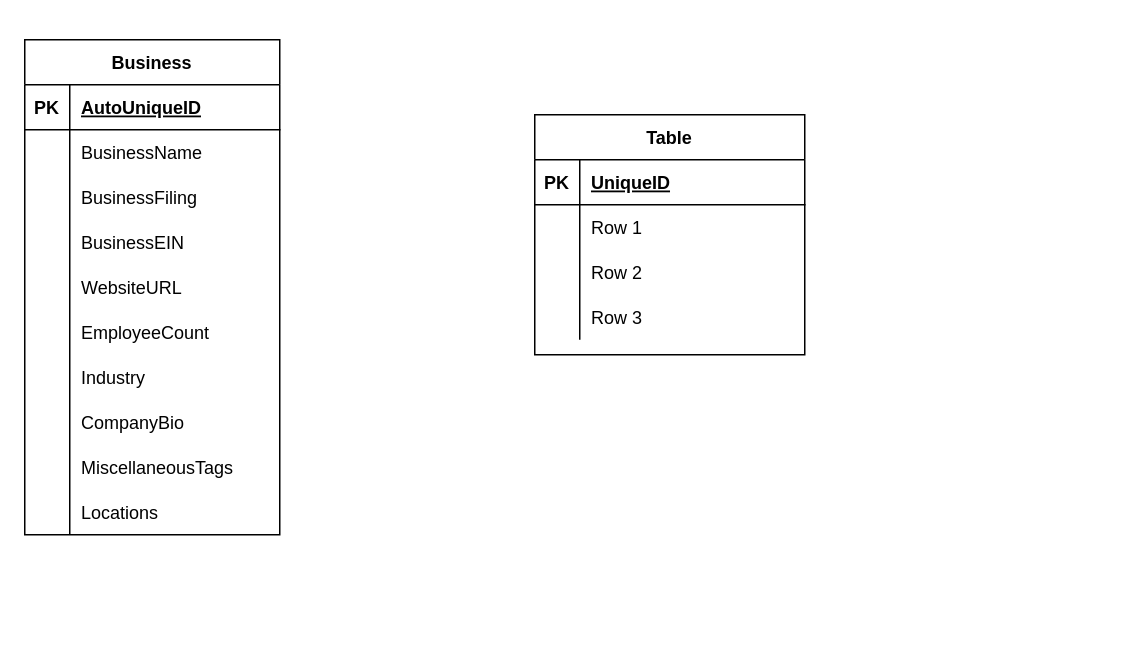
Above: databasedesign/Database ER Design.drawio in grantposell/b2bproject (draw.io), before the change. Source tidied: cells renumbered, new cells numbered last; positions are measured from the earlier drawing's top-left corner, leaving out a move shared by most shapes. Both pictures are drawn from the tidied source at 150%, with x=0, y=0 at pixel (24, 39).
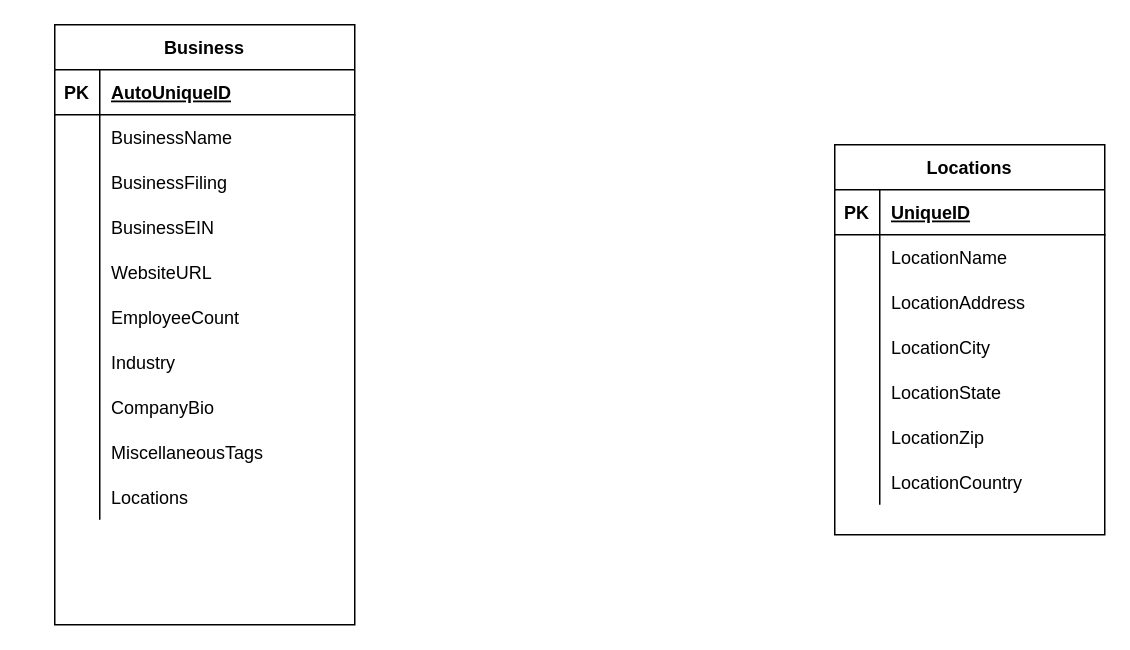
After the change.

The edit, as a diff of the source:
```diff
@@
-    <mxCell id="2" value="Table" style="shape=table;startSize=30;childLayout=tableLayout;rowLines=0;fontStyle=1;align=center;" parent="1" vertex="1">
-      <mxGeometry x="340" y="50" width="180" height="160" as="geometry" />
-    </mxCell>
-    <mxCell id="3" style="shape=partialRectangle;fillColor=none;top=0;left=0;bottom=1;right=0;" parent="2" vertex="1">
-      <mxGeometry y="30" width="180" height="30" as="geometry" />
-    </mxCell>
-    <mxCell id="4" value="PK" style="shape=partialRectangle;fillColor=none;top=0;left=0;bottom=0;right=0;fontStyle=1;overflow=hidden;" parent="3" vertex="1">
-      <mxGeometry width="30" height="30" as="geometry" />
-    </mxCell>
-    <mxCell id="5" value="UniqueID" style="shape=partialRectangle;fillColor=none;top=0;left=0;bottom=0;right=0;align=left;spacingLeft=6;fontStyle=5;overflow=hidden;" parent="3" vertex="1">
-      <mxGeometry x="30" width="150" height="30" as="geometry" />
-    </mxCell>
-    <mxCell id="6" style="shape=partialRectangle;fillColor=none;top=0;left=0;bottom=0;right=0;" parent="2" vertex="1">
-      <mxGeometry y="60" width="180" height="30" as="geometry" />
-    </mxCell>
-    <mxCell id="7" style="shape=partialRectangle;fillColor=none;top=0;left=0;bottom=0;right=0;overflow=hidden;" parent="6" vertex="1">
-      <mxGeometry width="30" height="30" as="geometry" />
-    </mxCell>
-    <mxCell id="8" value="Row 1" style="shape=partialRectangle;fillColor=none;top=0;left=0;bottom=0;right=0;align=left;spacingLeft=6;overflow=hidden;" parent="6" vertex="1">
-      <mxGeometry x="30" width="150" height="30" as="geometry" />
-    </mxCell>
-    <mxCell id="9" style="shape=partialRectangle;fillColor=none;top=0;left=0;bottom=0;right=0;" parent="2" vertex="1">
-      <mxGeometry y="90" width="180" height="30" as="geometry" />
-    </mxCell>
-    <mxCell id="10" style="shape=partialRectangle;fillColor=none;top=0;left=0;bottom=0;right=0;overflow=hidden;" parent="9" vertex="1">
-      <mxGeometry width="30" height="30" as="geometry" />
-    </mxCell>
-    <mxCell id="11" value="Row 2" style="shape=partialRectangle;fillColor=none;top=0;left=0;bottom=0;right=0;align=left;spacingLeft=6;overflow=hidden;" parent="9" vertex="1">
-      <mxGeometry x="30" width="150" height="30" as="geometry" />
-    </mxCell>
-    <mxCell id="12" style="shape=partialRectangle;fillColor=none;top=0;left=0;bottom=0;right=0;" parent="2" vertex="1">
-      <mxGeometry y="120" width="180" height="30" as="geometry" />
-    </mxCell>
-    <mxCell id="13" style="shape=partialRectangle;fillColor=none;top=0;left=0;bottom=0;right=0;overflow=hidden;" parent="12" vertex="1">
-      <mxGeometry width="30" height="30" as="geometry" />
-    </mxCell>
-    <mxCell id="14" value="Row 3" style="shape=partialRectangle;fillColor=none;top=0;left=0;bottom=0;right=0;align=left;spacingLeft=6;overflow=hidden;" parent="12" vertex="1">
-      <mxGeometry x="30" width="150" height="30" as="geometry" />
-    </mxCell>
     <mxCell id="15" value="Business" style="shape=table;startSize=30;childLayout=tableLayout;rowLines=0;fontStyle=1;align=center;" parent="1" vertex="1">
-      <mxGeometry width="170" height="330" as="geometry" />
+      <mxGeometry x="20" y="-10" width="200" height="400" as="geometry" />
     </mxCell>
     <mxCell id="16" style="shape=partialRectangle;fillColor=none;top=0;left=0;bottom=1;right=0;" parent="15" vertex="1">
-      <mxGeometry y="30" width="170" height="30" as="geometry" />
+      <mxGeometry y="30" width="200" height="30" as="geometry" />
     </mxCell>
@@
     <mxCell id="18" value="AutoUniqueID" style="shape=partialRectangle;fillColor=none;top=0;left=0;bottom=0;right=0;align=left;spacingLeft=6;fontStyle=5;overflow=hidden;" parent="16" vertex="1">
-      <mxGeometry x="30" width="140" height="30" as="geometry" />
+      <mxGeometry x="30" width="170" height="30" as="geometry" />
     </mxCell>
     <mxCell id="19" style="shape=partialRectangle;fillColor=none;top=0;left=0;bottom=0;right=0;" parent="15" vertex="1">
-      <mxGeometry y="60" width="170" height="30" as="geometry" />
+      <mxGeometry y="60" width="200" height="30" as="geometry" />
     </mxCell>
@@
     <mxCell id="21" value="BusinessName" style="shape=partialRectangle;fillColor=none;top=0;left=0;bottom=0;right=0;align=left;spacingLeft=6;overflow=hidden;" parent="19" vertex="1">
-      <mxGeometry x="30" width="140" height="30" as="geometry" />
+      <mxGeometry x="30" width="170" height="30" as="geometry" />
     </mxCell>
     <mxCell id="22" style="shape=partialRectangle;fillColor=none;top=0;left=0;bottom=0;right=0;" parent="15" vertex="1">
-      <mxGeometry y="90" width="170" height="30" as="geometry" />
+      <mxGeometry y="90" width="200" height="30" as="geometry" />
     </mxCell>
@@
     <mxCell id="24" value="BusinessFiling" style="shape=partialRectangle;fillColor=none;top=0;left=0;bottom=0;right=0;align=left;spacingLeft=6;overflow=hidden;" parent="22" vertex="1">
-      <mxGeometry x="30" width="140" height="30" as="geometry" />
+      <mxGeometry x="30" width="170" height="30" as="geometry" />
     </mxCell>
     <mxCell id="25" style="shape=partialRectangle;fillColor=none;top=0;left=0;bottom=0;right=0;" parent="15" vertex="1">
-      <mxGeometry y="120" width="170" height="30" as="geometry" />
+      <mxGeometry y="120" width="200" height="30" as="geometry" />
     </mxCell>
@@
     <mxCell id="27" value="BusinessEIN" style="shape=partialRectangle;fillColor=none;top=0;left=0;bottom=0;right=0;align=left;spacingLeft=6;overflow=hidden;" parent="25" vertex="1">
-      <mxGeometry x="30" width="140" height="30" as="geometry" />
+      <mxGeometry x="30" width="170" height="30" as="geometry" />
     </mxCell>
     <mxCell id="28" style="shape=partialRectangle;fillColor=none;top=0;left=0;bottom=0;right=0;" parent="15" vertex="1">
-      <mxGeometry y="150" width="170" height="30" as="geometry" />
+      <mxGeometry y="150" width="200" height="30" as="geometry" />
     </mxCell>
@@
     <mxCell id="30" value="WebsiteURL" style="shape=partialRectangle;fillColor=none;top=0;left=0;bottom=0;right=0;align=left;spacingLeft=6;overflow=hidden;" parent="28" vertex="1">
-      <mxGeometry x="30" width="140" height="30" as="geometry" />
+      <mxGeometry x="30" width="170" height="30" as="geometry" />
     </mxCell>
     <mxCell id="31" style="shape=partialRectangle;fillColor=none;top=0;left=0;bottom=0;right=0;" parent="15" vertex="1">
-      <mxGeometry y="180" width="170" height="30" as="geometry" />
+      <mxGeometry y="180" width="200" height="30" as="geometry" />
     </mxCell>
@@
     <mxCell id="33" value="EmployeeCount" style="shape=partialRectangle;fillColor=none;top=0;left=0;bottom=0;right=0;align=left;spacingLeft=6;overflow=hidden;" parent="31" vertex="1">
-      <mxGeometry x="30" width="140" height="30" as="geometry" />
+      <mxGeometry x="30" width="170" height="30" as="geometry" />
     </mxCell>
     <mxCell id="34" style="shape=partialRectangle;fillColor=none;top=0;left=0;bottom=0;right=0;" parent="15" vertex="1">
-      <mxGeometry y="210" width="170" height="30" as="geometry" />
+      <mxGeometry y="210" width="200" height="30" as="geometry" />
     </mxCell>
@@
     <mxCell id="36" value="Industry" style="shape=partialRectangle;fillColor=none;top=0;left=0;bottom=0;right=0;align=left;spacingLeft=6;overflow=hidden;" parent="34" vertex="1">
-      <mxGeometry x="30" width="140" height="30" as="geometry" />
+      <mxGeometry x="30" width="170" height="30" as="geometry" />
     </mxCell>
     <mxCell id="37" style="shape=partialRectangle;fillColor=none;top=0;left=0;bottom=0;right=0;" parent="15" vertex="1">
-      <mxGeometry y="240" width="170" height="30" as="geometry" />
+      <mxGeometry y="240" width="200" height="30" as="geometry" />
     </mxCell>
@@
     <mxCell id="39" value="CompanyBio" style="shape=partialRectangle;fillColor=none;top=0;left=0;bottom=0;right=0;align=left;spacingLeft=6;overflow=hidden;" parent="37" vertex="1">
-      <mxGeometry x="30" width="140" height="30" as="geometry" />
+      <mxGeometry x="30" width="170" height="30" as="geometry" />
     </mxCell>
     <mxCell id="40" style="shape=partialRectangle;fillColor=none;top=0;left=0;bottom=0;right=0;" parent="15" vertex="1">
-      <mxGeometry y="270" width="170" height="30" as="geometry" />
+      <mxGeometry y="270" width="200" height="30" as="geometry" />
     </mxCell>
@@
     <mxCell id="42" value="MiscellaneousTags" style="shape=partialRectangle;fillColor=none;top=0;left=0;bottom=0;right=0;align=left;spacingLeft=6;overflow=hidden;" parent="40" vertex="1">
-      <mxGeometry x="30" width="140" height="30" as="geometry" />
+      <mxGeometry x="30" width="170" height="30" as="geometry" />
     </mxCell>
     <mxCell id="43" style="shape=partialRectangle;fillColor=none;top=0;left=0;bottom=0;right=0;" parent="15" vertex="1">
-      <mxGeometry y="300" width="170" height="30" as="geometry" />
+      <mxGeometry y="300" width="200" height="30" as="geometry" />
     </mxCell>
@@
     <mxCell id="45" value="Locations" style="shape=partialRectangle;fillColor=none;top=0;left=0;bottom=0;right=0;align=left;spacingLeft=6;overflow=hidden;" parent="43" vertex="1">
-      <mxGeometry x="30" width="140" height="30" as="geometry" />
+      <mxGeometry x="30" width="170" height="30" as="geometry" />
     </mxCell>
+    <mxCell id="2" value="Locations" style="shape=table;startSize=30;childLayout=tableLayout;rowLines=0;fontStyle=1;align=center;" parent="1" vertex="1">
+      <mxGeometry x="540" y="70" width="180" height="260" as="geometry" />
+    </mxCell>
+    <mxCell id="3" style="shape=partialRectangle;fillColor=none;top=0;left=0;bottom=1;right=0;" parent="2" vertex="1">
+      <mxGeometry y="30" width="180" height="30" as="geometry" />
+    </mxCell>
+    <mxCell id="4" value="PK" style="shape=partialRectangle;fillColor=none;top=0;left=0;bottom=0;right=0;fontStyle=1;overflow=hidden;" parent="3" vertex="1">
+      <mxGeometry width="30" height="30" as="geometry" />
+    </mxCell>
+    <mxCell id="5" value="UniqueID" style="shape=partialRectangle;fillColor=none;top=0;left=0;bottom=0;right=0;align=left;spacingLeft=6;fontStyle=5;overflow=hidden;" parent="3" vertex="1">
+      <mxGeometry x="30" width="150" height="30" as="geometry" />
+    </mxCell>
+    <mxCell id="6" style="shape=partialRectangle;fillColor=none;top=0;left=0;bottom=0;right=0;" parent="2" vertex="1">
+      <mxGeometry y="60" width="180" height="30" as="geometry" />
+    </mxCell>
+    <mxCell id="7" style="shape=partialRectangle;fillColor=none;top=0;left=0;bottom=0;right=0;overflow=hidden;" parent="6" vertex="1">
+      <mxGeometry width="30" height="30" as="geometry" />
+    </mxCell>
+    <mxCell id="8" value="LocationName" style="shape=partialRectangle;fillColor=none;top=0;left=0;bottom=0;right=0;align=left;spacingLeft=6;overflow=hidden;" parent="6" vertex="1">
+      <mxGeometry x="30" width="150" height="30" as="geometry" />
+    </mxCell>
+    <mxCell id="9" style="shape=partialRectangle;fillColor=none;top=0;left=0;bottom=0;right=0;" parent="2" vertex="1">
+      <mxGeometry y="90" width="180" height="30" as="geometry" />
+    </mxCell>
+    <mxCell id="10" style="shape=partialRectangle;fillColor=none;top=0;left=0;bottom=0;right=0;overflow=hidden;" parent="9" vertex="1">
+      <mxGeometry width="30" height="30" as="geometry" />
+    </mxCell>
+    <mxCell id="11" value="LocationAddress" style="shape=partialRectangle;fillColor=none;top=0;left=0;bottom=0;right=0;align=left;spacingLeft=6;overflow=hidden;" parent="9" vertex="1">
+      <mxGeometry x="30" width="150" height="30" as="geometry" />
+    </mxCell>
+    <mxCell id="12" style="shape=partialRectangle;fillColor=none;top=0;left=0;bottom=0;right=0;" parent="2" vertex="1">
+      <mxGeometry y="120" width="180" height="30" as="geometry" />
+    </mxCell>
+    <mxCell id="13" style="shape=partialRectangle;fillColor=none;top=0;left=0;bottom=0;right=0;overflow=hidden;" parent="12" vertex="1">
+      <mxGeometry width="30" height="30" as="geometry" />
+    </mxCell>
+    <mxCell id="14" value="LocationCity" style="shape=partialRectangle;fillColor=none;top=0;left=0;bottom=0;right=0;align=left;spacingLeft=6;overflow=hidden;" parent="12" vertex="1">
+      <mxGeometry x="30" width="150" height="30" as="geometry" />
+    </mxCell>
+    <mxCell id="46" style="shape=partialRectangle;fillColor=none;top=0;left=0;bottom=0;right=0;" parent="2" vertex="1">
+      <mxGeometry y="150" width="180" height="30" as="geometry" />
+    </mxCell>
+    <mxCell id="47" style="shape=partialRectangle;fillColor=none;top=0;left=0;bottom=0;right=0;overflow=hidden;" parent="46" vertex="1">
+      <mxGeometry width="30" height="30" as="geometry" />
+    </mxCell>
+    <mxCell id="48" value="LocationState" style="shape=partialRectangle;fillColor=none;top=0;left=0;bottom=0;right=0;align=left;spacingLeft=6;overflow=hidden;" parent="46" vertex="1">
+      <mxGeometry x="30" width="150" height="30" as="geometry" />
+    </mxCell>
+    <mxCell id="49" style="shape=partialRectangle;fillColor=none;top=0;left=0;bottom=0;right=0;" parent="2" vertex="1">
+      <mxGeometry y="180" width="180" height="30" as="geometry" />
+    </mxCell>
+    <mxCell id="50" style="shape=partialRectangle;fillColor=none;top=0;left=0;bottom=0;right=0;overflow=hidden;" parent="49" vertex="1">
+      <mxGeometry width="30" height="30" as="geometry" />
+    </mxCell>
+    <mxCell id="51" value="LocationZip" style="shape=partialRectangle;fillColor=none;top=0;left=0;bottom=0;right=0;align=left;spacingLeft=6;overflow=hidden;" parent="49" vertex="1">
+      <mxGeometry x="30" width="150" height="30" as="geometry" />
+    </mxCell>
+    <mxCell id="52" style="shape=partialRectangle;fillColor=none;top=0;left=0;bottom=0;right=0;" parent="2" vertex="1">
+      <mxGeometry y="210" width="180" height="30" as="geometry" />
+    </mxCell>
+    <mxCell id="53" style="shape=partialRectangle;fillColor=none;top=0;left=0;bottom=0;right=0;overflow=hidden;" parent="52" vertex="1">
+      <mxGeometry width="30" height="30" as="geometry" />
+    </mxCell>
+    <mxCell id="54" value="LocationCountry" style="shape=partialRectangle;fillColor=none;top=0;left=0;bottom=0;right=0;align=left;spacingLeft=6;overflow=hidden;" parent="52" vertex="1">
+      <mxGeometry x="30" width="150" height="30" as="geometry" />
+    </mxCell>
```
